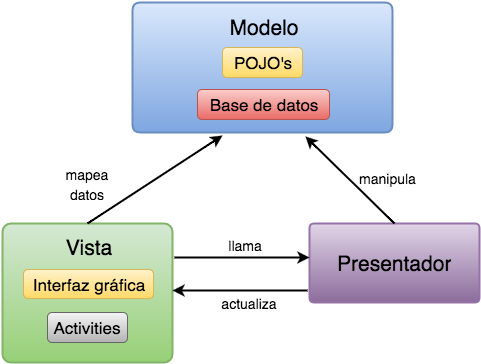
susana1710/libro-pasantia keeps this draw.io diagram as imagenes/mvp.png. Above is the earlier version. Source tidied: cells renumbered, new cells last; positions are measured from the earlier drawing's top-left corner, leaving out a move shared by most shapes.
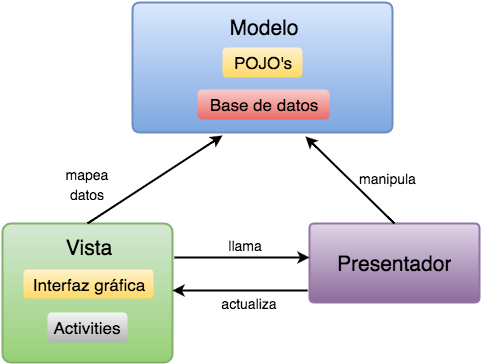
After the change.

What changed in the source:
```diff
@@ -2,38 +2,38 @@
   <root>
     <mxCell id="0" />
     <mxCell id="1" parent="0" />
-    <mxCell id="2" style="strokeWidth=2;html=1;shape=mxgraph.flowchart.process;whiteSpace=wrap;fontSize=17;plain-blue;" parent="1" vertex="1">
-      <mxGeometry x="130" width="260" height="130" as="geometry" />
-    </mxCell>
-    <mxCell id="3" style="strokeWidth=2;html=1;shape=mxgraph.flowchart.process;whiteSpace=wrap;fontSize=17;plain-green;" parent="1" vertex="1">
-      <mxGeometry y="221" width="170" height="139" as="geometry" />
-    </mxCell>
-    <mxCell id="4" style="strokeWidth=2;html=1;shape=mxgraph.flowchart.process;whiteSpace=wrap;fontSize=17;plain-purple;" parent="1" vertex="1">
-      <mxGeometry x="307" y="221" width="170" height="79" as="geometry" />
+    <mxCell id="4" style="strokeWidth=2;html=1;shape=mxgraph.flowchart.process;whiteSpace=wrap;fontSize=17;plain-blue;" parent="1" vertex="1">
+      <mxGeometry x="130" width="260" height="130" as="geometry" />
     </mxCell>
+    <mxCell id="20" style="strokeWidth=2;html=1;shape=mxgraph.flowchart.process;whiteSpace=wrap;fontSize=17;plain-green;" parent="1" vertex="1">
+      <mxGeometry y="221" width="170" height="139" as="geometry" />
+    </mxCell>
-    <mxCell id="5" style="endArrow=classic;html=1;fontSize=17;exitX=1.018;exitY=0.217;exitPerimeter=0;strokeWidth=2;" parent="1" edge="1">
-      <mxGeometry x="272" y="262" as="geometry">
-        <mxPoint x="172" y="255" as="sourcePoint" />
-        <mxPoint x="307" y="255" as="targetPoint" />
-      </mxGeometry>
+    <mxCell id="5" style="strokeWidth=2;html=1;shape=mxgraph.flowchart.process;whiteSpace=wrap;fontSize=17;plain-purple;" parent="1" vertex="1">
+      <mxGeometry x="307" y="221" width="170" height="79" as="geometry" />
     </mxCell>
-    <mxCell id="6" style="endArrow=none;html=1;fontSize=17;exitX=1.018;exitY=0.217;exitPerimeter=0;endFill=0;startArrow=classic;startFill=1;strokeWidth=2;" parent="1" edge="1">
-      <mxGeometry x="270" y="295" as="geometry">
-        <mxPoint x="170" y="288" as="sourcePoint" />
-        <mxPoint x="305" y="288" as="targetPoint" />
+    <mxCell id="6" style="endArrow=classic;html=1;fontSize=17;exitX=1.018;exitY=0.217;exitPerimeter=0;strokeWidth=2;" parent="1" edge="1">
+      <mxGeometry x="172" y="252" as="geometry">
+        <mxPoint x="172" y="255" as="sourcePoint" />
+        <mxPoint x="307" y="255" as="targetPoint" />
       </mxGeometry>
     </mxCell>
-    <mxCell id="7" style="endArrow=classic;html=1;fontSize=17;exitX=0.5;exitY=0;exitPerimeter=0;strokeWidth=2;" parent="1" edge="1" source="3">
-      <mxGeometry relative="1" as="geometry">
-        <mxPoint x="220" y="133" as="targetPoint" />
+    <mxCell id="7" style="endArrow=none;html=1;fontSize=17;exitX=1.018;exitY=0.217;exitPerimeter=0;endFill=0;startArrow=classic;startFill=1;strokeWidth=2;" parent="1" edge="1">
+      <mxGeometry x="170" y="285" as="geometry">
+        <mxPoint x="170" y="288" as="sourcePoint" />
+        <mxPoint x="305" y="288" as="targetPoint" />
       </mxGeometry>
     </mxCell>
-    <mxCell id="8" style="endArrow=classic;html=1;fontSize=17;entryX=0.665;entryY=1.033;entryPerimeter=0;strokeWidth=2;exitX=0.5;exitY=0;exitPerimeter=0;" parent="1" edge="1" source="4" target="2">
-      <mxGeometry relative="1" as="geometry" />
+    <mxCell id="8" style="endArrow=classic;html=1;fontSize=17;exitX=0.5;exitY=0;exitPerimeter=0;strokeWidth=2;" parent="1" edge="1" source="20">
+      <mxGeometry relative="1" as="geometry">
+        <mxPoint x="220" y="133" as="targetPoint" />
+      </mxGeometry>
     </mxCell>
-    <mxCell id="9" value="&lt;font style=&quot;font-size: 14px&quot;&gt;llama&lt;/font&gt;" style="text;html=1;strokeColor=none;fillColor=none;align=center;verticalAlign=middle;whiteSpace=wrap;overflow=hidden;fontSize=17;" parent="1" vertex="1">
-      <mxGeometry x="215" y="231" width="55" height="20" as="geometry" />
+    <mxCell id="9" style="endArrow=classic;html=1;fontSize=17;entryX=0.665;entryY=1.033;entryPerimeter=0;strokeWidth=2;exitX=0.5;exitY=0;exitPerimeter=0;" parent="1" edge="1" source="5" target="4">
+      <mxGeometry relative="1" as="geometry" />
     </mxCell>
+    <mxCell id="21" value="&lt;font style=&quot;font-size: 14px&quot;&gt;llama&lt;/font&gt;" style="text;html=1;strokeColor=none;fillColor=none;align=center;verticalAlign=middle;whiteSpace=wrap;overflow=hidden;fontSize=17;" parent="1" vertex="1">
+      <mxGeometry x="215" y="231" width="55" height="20" as="geometry" />
+    </mxCell>
     <mxCell id="10" value="&lt;font style=&quot;font-size: 14px&quot;&gt;actualiza&lt;/font&gt;" style="text;html=1;strokeColor=none;fillColor=none;align=center;verticalAlign=middle;whiteSpace=wrap;overflow=hidden;fontSize=17;" parent="1" vertex="1">
       <mxGeometry x="214" y="289" width="65" height="20" as="geometry" />
     </mxCell>
@@ -46,19 +46,19 @@
     <mxCell id="13" value="&lt;font style=&quot;font-size: 21px&quot;&gt;Modelo&lt;/font&gt;" style="text;html=1;strokeColor=none;fillColor=none;align=center;verticalAlign=middle;whiteSpace=wrap;overflow=hidden;fontSize=17;" parent="1" vertex="1">
       <mxGeometry x="218" y="10" width="85" height="30" as="geometry" />
     </mxCell>
-    <mxCell id="14" value="POJO's" style="rounded=1;whiteSpace=wrap;html=1;fontSize=17;plain-yellow;" parent="1" vertex="1">
+    <mxCell id="14" value="POJO's" style="rounded=1;whiteSpace=wrap;html=1;fontSize=17;plain-yellow;strokeColor=none;" parent="1" vertex="1">
       <mxGeometry x="220" y="45" width="80" height="30" as="geometry" />
     </mxCell>
-    <mxCell id="15" value="Base de datos" style="rounded=1;whiteSpace=wrap;html=1;fontSize=17;plain-red;" parent="1" vertex="1">
+    <mxCell id="15" value="Base de datos" style="rounded=1;whiteSpace=wrap;html=1;fontSize=17;plain-red;strokeColor=none;" parent="1" vertex="1">
       <mxGeometry x="195" y="87" width="132" height="30" as="geometry" />
     </mxCell>
     <mxCell id="16" value="&lt;font style=&quot;font-size: 21px&quot;&gt;Vista&lt;/font&gt;" style="text;html=1;strokeColor=none;fillColor=none;align=center;verticalAlign=middle;whiteSpace=wrap;overflow=hidden;fontSize=17;" parent="1" vertex="1">
       <mxGeometry x="58" y="231" width="55" height="29" as="geometry" />
     </mxCell>
-    <mxCell id="17" value="Interfaz gráfica" style="rounded=1;whiteSpace=wrap;html=1;fontSize=17;plain-yellow;" parent="1" vertex="1">
+    <mxCell id="17" value="Interfaz gráfica" style="rounded=1;whiteSpace=wrap;html=1;fontSize=17;plain-yellow;strokeColor=none;" parent="1" vertex="1">
       <mxGeometry x="21" y="267" width="130" height="29" as="geometry" />
     </mxCell>
-    <mxCell id="18" value="Activities" style="rounded=1;whiteSpace=wrap;html=1;fontSize=17;plain-gray;" parent="1" vertex="1">
+    <mxCell id="18" value="Activities" style="rounded=1;whiteSpace=wrap;html=1;fontSize=17;plain-gray;strokeColor=none;" parent="1" vertex="1">
       <mxGeometry x="45" y="310" width="80" height="30" as="geometry" />
     </mxCell>
     <mxCell id="19" value="&lt;font style=&quot;font-size: 21px&quot;&gt;Presentador&lt;/font&gt;" style="text;html=1;strokeColor=none;fillColor=none;align=center;verticalAlign=middle;whiteSpace=wrap;overflow=hidden;fontSize=17;" parent="1" vertex="1">
```
